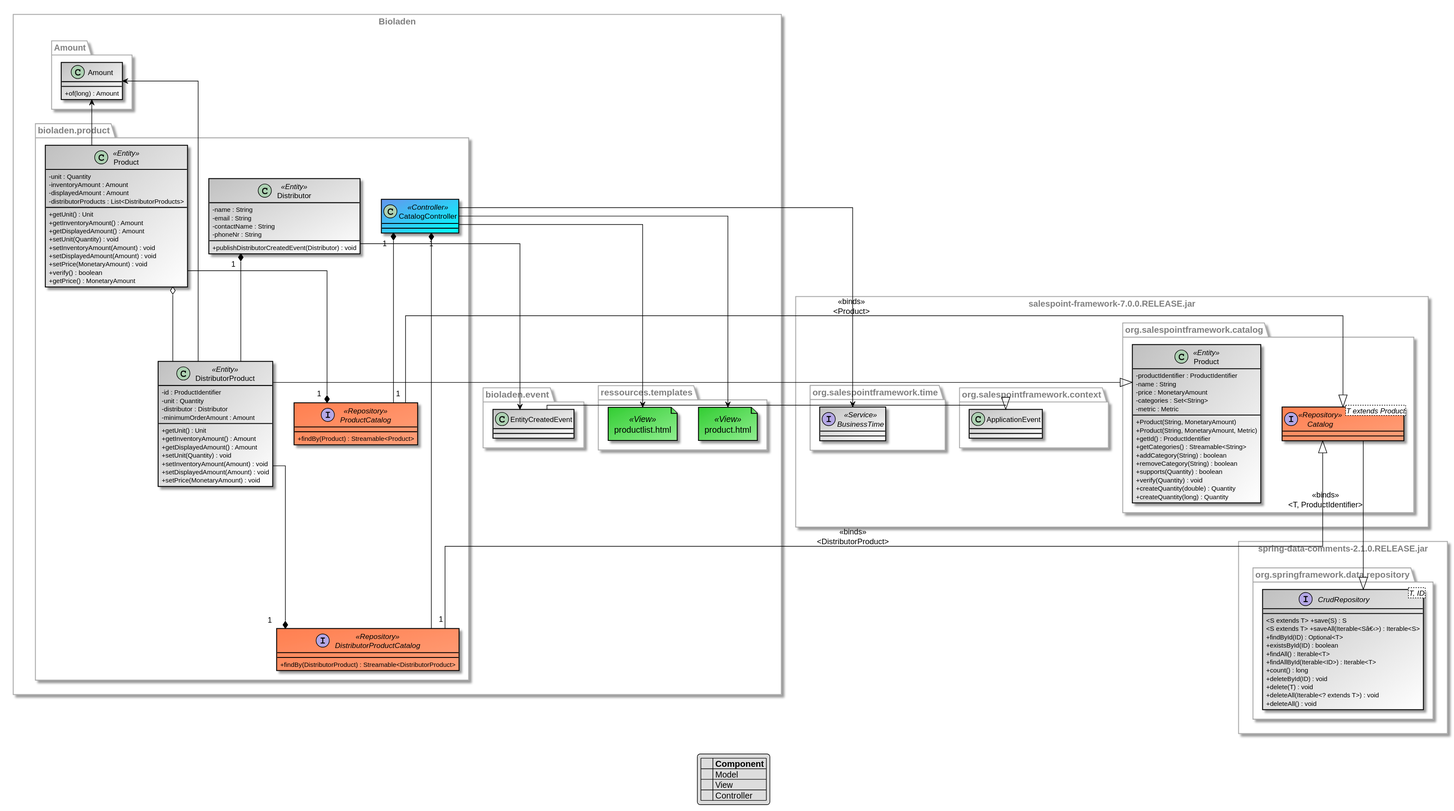
LimitlessGreen/swt18w43 keeps this PlantUML diagram as src/main/asciidoc/models/design/DesignProductDepartment.svg. Above is the earlier version.
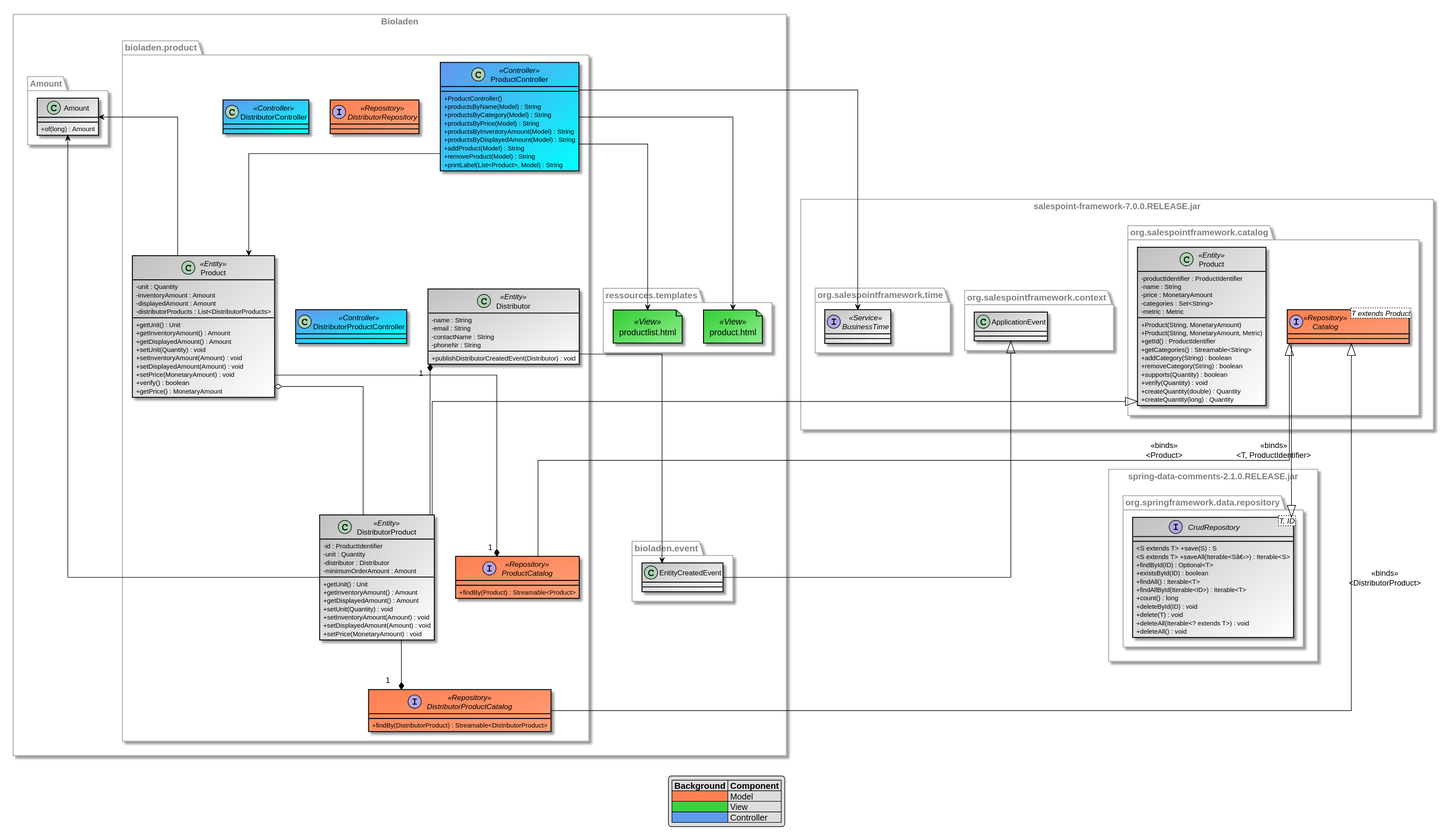
The same file after the commit.

Commit message:
[Design] modified and added Methods

Diff of the diagram source:
```diff
@@ -20,10 +20,10 @@
 skinparam linetype ortho
 
 legend
-|= | Component |
-|<back:#fe8052>     </back>| Model |
-|<back:#3dd13f>     </back>| View |
-|<back:#5f9aea>     </back>| Controller |
+| Background | Component |
+|<#fe8052>     | Model |
+|<#3dd13f>     | View |
+|<#5f9aea>     | Controller |
 endlegend
 
 
@@ -163,9 +163,31 @@
 
 
     package bioladen.product  {
-        class CatalogController <<Controller>> {
+        class ProductController <<Controller>> {
+            +ProductController()
+            +productsByName(Model) : String
+            +productsByCategory(Model) : String
+            +productsByPrice(Model) : String
+            +productsByInventoryAmount(Model) : String
+            +productsByDisplayedAmount(Model) : String
+            +addProduct(Model) : String
+            +removeProduct(Model) : String
+            +printLabel(List<Product>, Model) : String
+        }
+
+        class DistributorController <<Controller>> {
 
         }
+
+        interface DistributorRepository <<Repository>> {
+
+        }
+
+        class DistributorProductController <<Controller>> {
+
+        }
+
+        ProductController --> Product
     }
 
     namespace Amount {
@@ -187,8 +209,9 @@
 
         }
 
-        bioladen.product.CatalogController --> product.html
-        bioladen.product.CatalogController --> productlist.html
+        bioladen.product.ProductController --> product.html
+        bioladen.product.ProductController --> productlist.html
+
     }
 
 
@@ -199,9 +222,8 @@
 
 bioladen.product.Distributor --> bioladen.event.EntityCreatedEvent
 
-bioladen.product.CatalogController "1" *-- "1" bioladen.product.ProductCatalog
-bioladen.product.CatalogController "1" *-- "1" bioladen.product.DistributorProductCatalog
-bioladen.product.CatalogController --> BusinessTime
+
+bioladen.product.ProductController --> BusinessTime
 org.salespointframework.catalog.Catalog --|> org.springframework.data.repository.CrudRepository: <<binds>>\n<T, ProductIdentifier>
 org.salespointframework.catalog.Catalog <|-- bioladen.product.ProductCatalog: <<binds>>\n<Product>
 org.salespointframework.catalog.Catalog <|-- bioladen.product.DistributorProductCatalog: <<binds>>\n<DistributorProduct>
```
